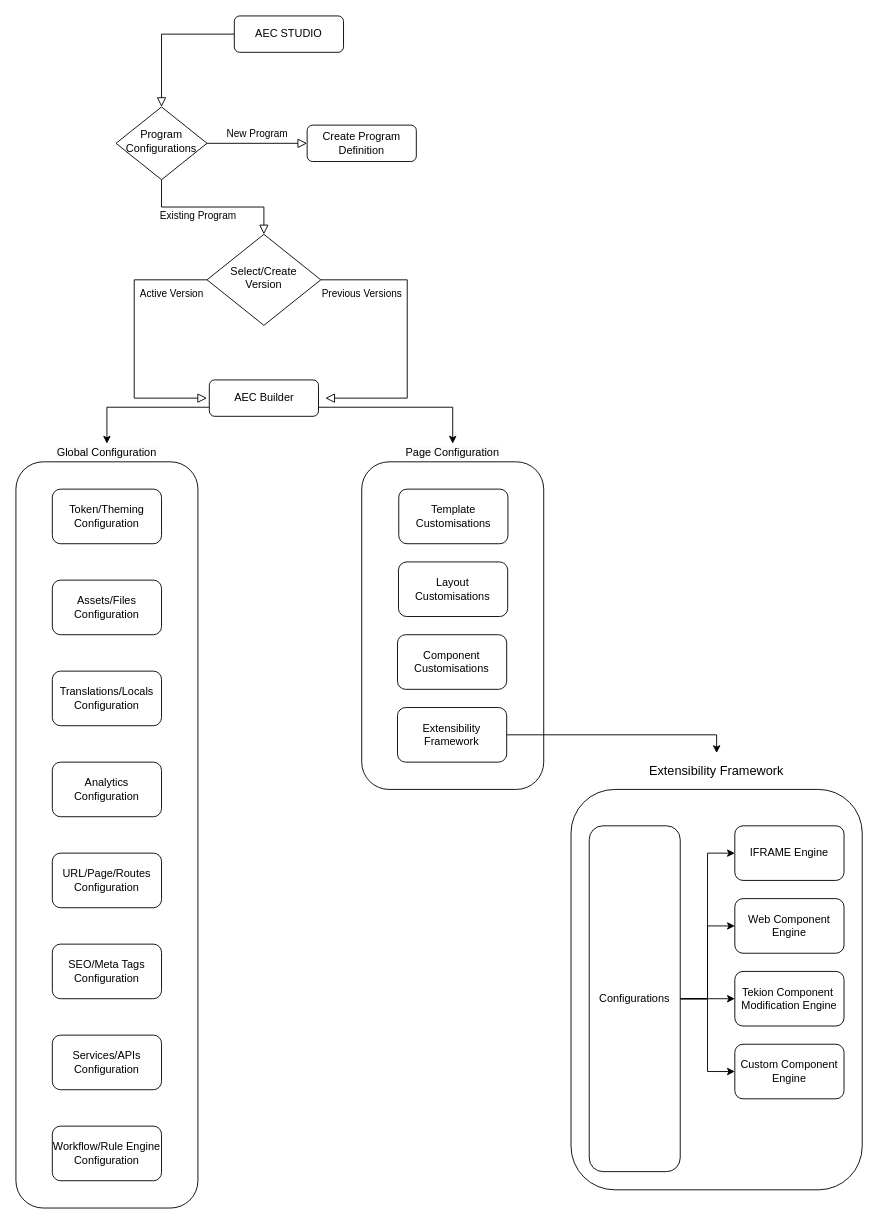
Before: AEC-Studio.drawio in ssharifdev/draw.io, a draw.io diagram. Source tidied: cells renumbered, new cells numbered last; positions are measured from the earlier drawing's top-left corner, leaving out a move shared by most shapes. Both pictures are drawn from the tidied source at 91%, with x=0, y=0 at pixel (15, 15).
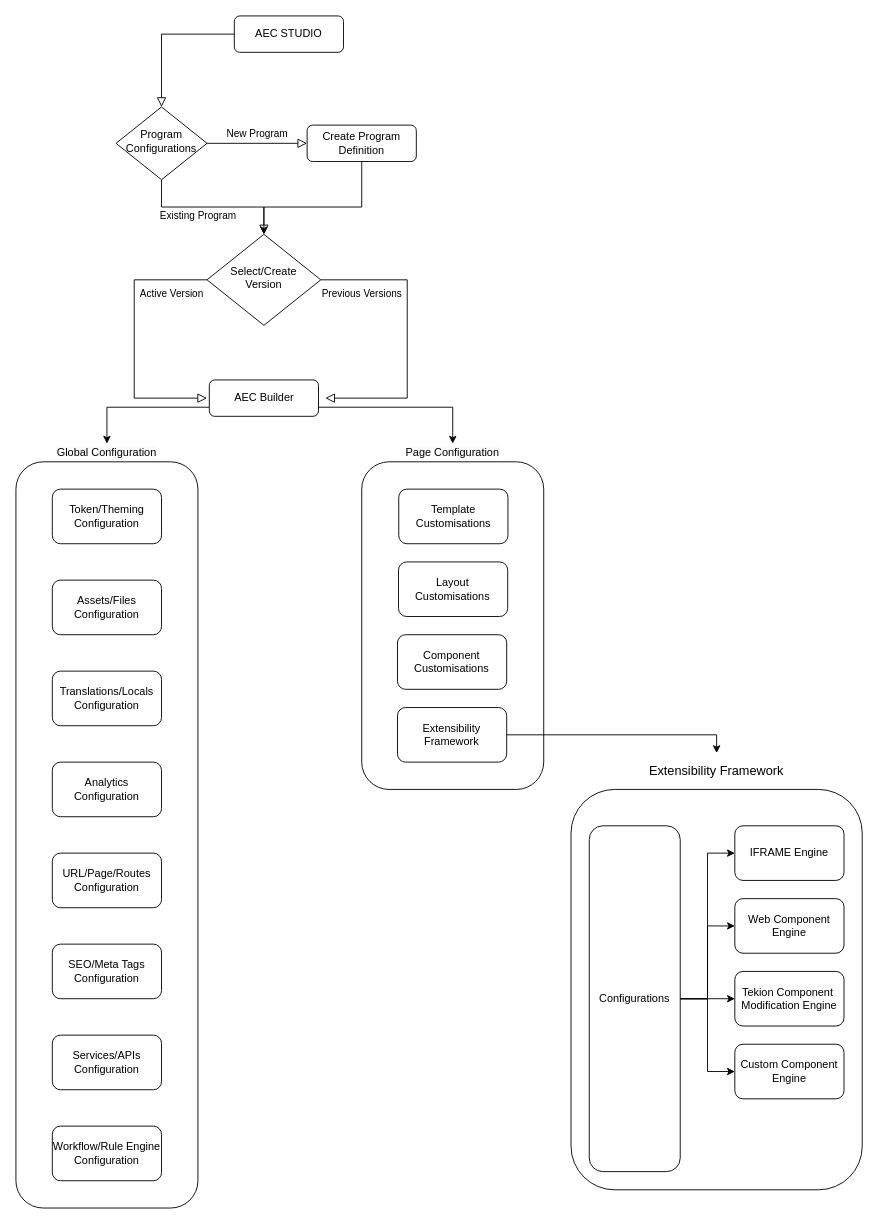
The same diagram, later.

Unchanged cells that the change refers to:
```xml
<mxCell id="8" value="Create Program Definition" style="rounded=1;whiteSpace=wrap;html=1;fontSize=12;glass=0;strokeWidth=1;shadow=0;" parent="1" vertex="1">
  <mxGeometry x="320" y="120" width="120" height="40" as="geometry" />
</mxCell>
<mxCell id="12" value="Select/Create Version" style="rhombus;whiteSpace=wrap;html=1;shadow=0;fontFamily=Helvetica;fontSize=12;align=center;strokeWidth=1;spacing=6;spacingTop=-4;" parent="1" vertex="1">
  <mxGeometry x="210" y="240" width="125" height="100" as="geometry" />
</mxCell>
```

The edit, as a diff of the source:
```diff
@@
+    <mxCell id="45" style="edgeStyle=orthogonalEdgeStyle;rounded=0;jettySize=auto;html=1;entryX=0.5;entryY=0;entryDx=0;entryDy=0;" parent="1" edge="1" source="8" target="12">
+      <mxGeometry relative="1" as="geometry">
+        <Array as="points">
+          <mxPoint x="380" y="210" />
+          <mxPoint x="272" y="210" />
+        </Array>
+      </mxGeometry>
+    </mxCell>
```
